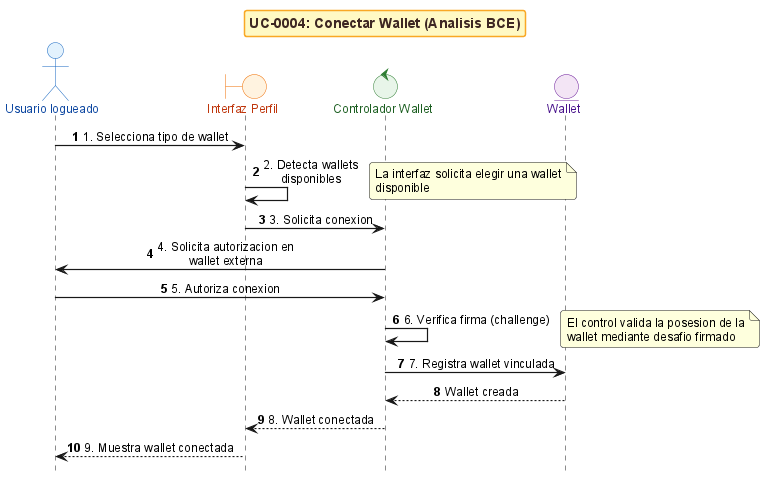
ErDeivih/DocumentChain keeps this PlantUML diagram as anexos/diagramas/seq-bce-uc0004-wallet.png. Above is the earlier version.
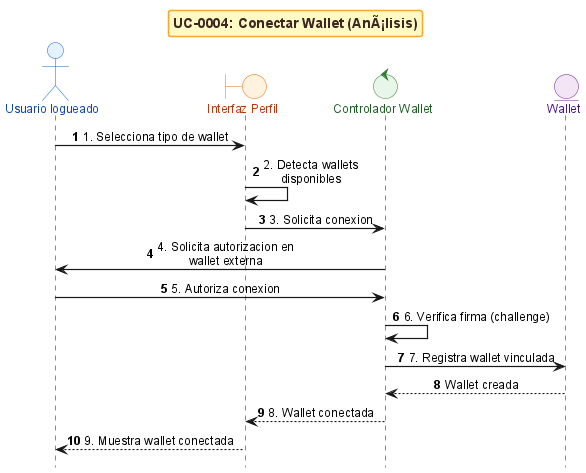
After the change.

What changed in the source:
```diff
@@ -1,7 +1,7 @@
 @startuml
 !include _sequence-bce-style.puml
 
-title UC-0004: Conectar Wallet (Analisis BCE)
+title UC-0004: Conectar Wallet (AnÃ¡lisis)
 
 actor "Usuario logueado" as Actor
 boundary "Interfaz Perfil" as BCW
@@ -11,13 +11,11 @@
 
 Actor -> BCW : 1. Selecciona tipo de wallet
 BCW -> BCW : 2. Detecta wallets disponibles
-note right : La interfaz solicita elegir una wallet disponible
 
 BCW -> CW : 3. Solicita conexion
 CW -> Actor : 4. Solicita autorizacion en wallet externa
 Actor -> CW : 5. Autoriza conexion
 CW -> CW : 6. Verifica firma (challenge)
-note right : El control valida la posesion de la wallet mediante desafio firmado
 
 CW -> EW : 7. Registra wallet vinculada
 EW --> CW : Wallet creada
```
